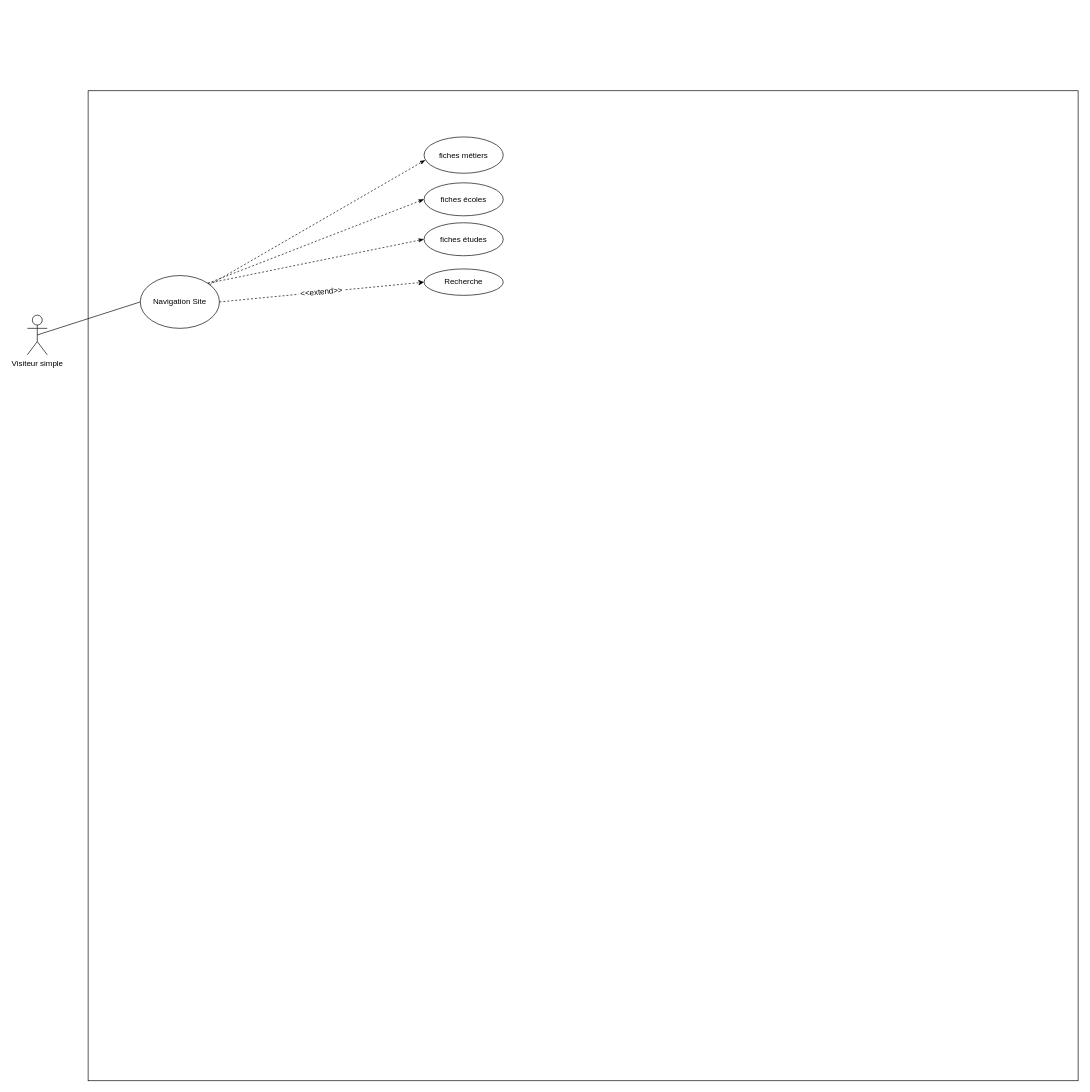
Earlier version of the draw.io diagram UML UseCase leadself.drawio (claire542/leadself). Source tidied: cells renumbered, new cells numbered last; positions are measured from the earlier drawing's top-left corner, leaving out a move shared by most shapes. Both pictures are drawn from the tidied source at 66%, with x=0, y=0 at pixel (27, 90).
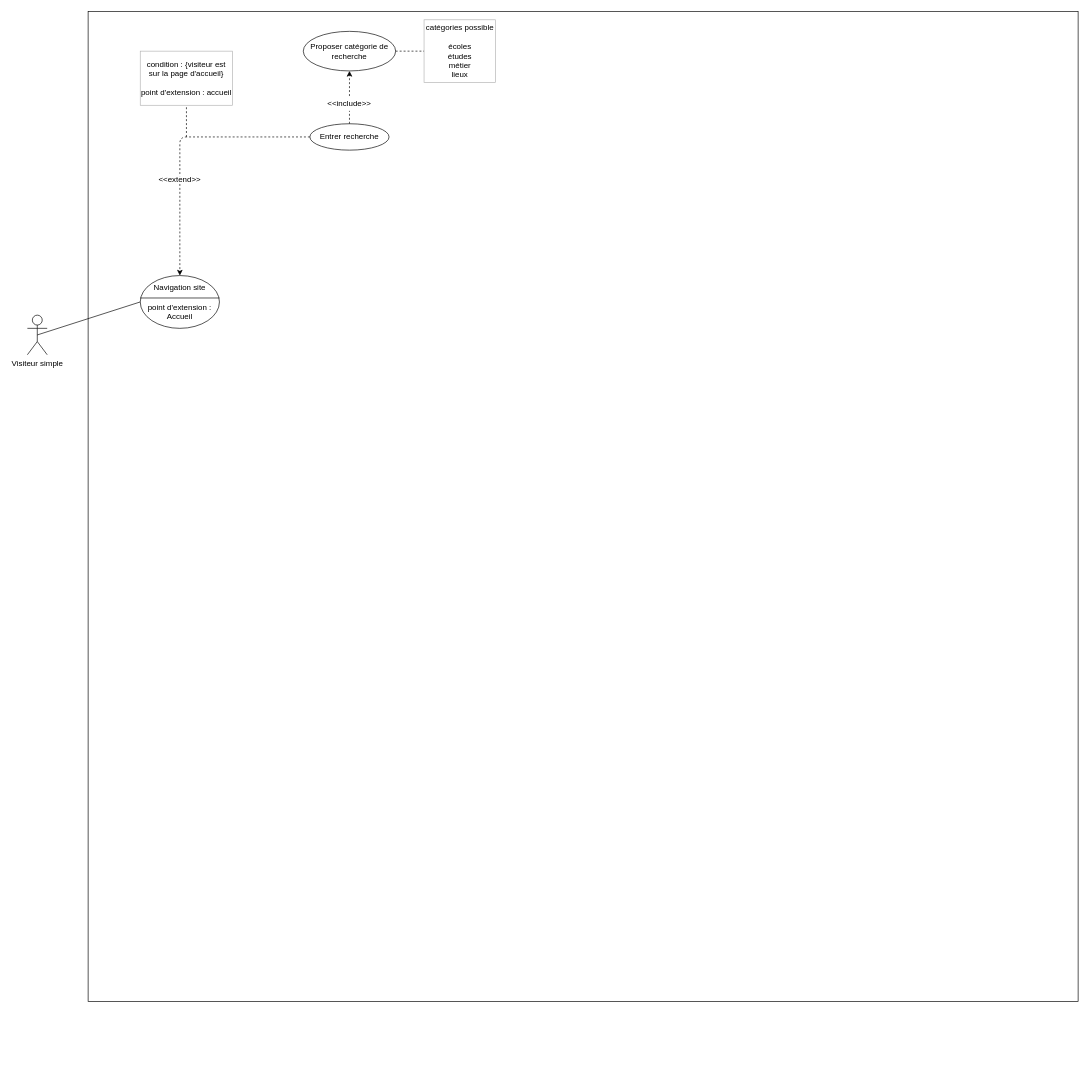
The same diagram, later.

What changed in the source:
```diff
@@
 <mxGraphModel>
   <root>
     <mxCell id="0" />
     <mxCell id="1" parent="0" />
     <mxCell id="2" style="whiteSpace=wrap;html=1;" parent="1" vertex="1">
-      <mxGeometry x="92" width="1500" height="1500" as="geometry" />
+      <mxGeometry x="92" y="-120" width="1500" height="1500" as="geometry" />
     </mxCell>
     <mxCell id="3" value="Visiteur simple" style="shape=umlActor;verticalLabelPosition=bottom;verticalAlign=top;html=1;" parent="1" vertex="1">
       <mxGeometry y="340" width="30" height="60" as="geometry" />
     </mxCell>
-    <mxCell id="4" value="fiches métiers" style="ellipse;whiteSpace=wrap;html=1;" parent="1" vertex="1">
-      <mxGeometry x="601" y="70" width="120" height="55" as="geometry" />
-    </mxCell>
     <mxCell id="5" style="endArrow=none;html=1;exitX=0.5;exitY=0.5;exitDx=0;exitDy=0;exitPerimeter=0;entryX=0;entryY=0.5;entryDx=0;entryDy=0;" parent="1" edge="1" source="3" target="8">
       <mxGeometry relative="1" as="geometry" />
     </mxCell>
-    <mxCell id="6" value="fiches écoles" style="ellipse;whiteSpace=wrap;html=1;" parent="1" vertex="1">
-      <mxGeometry x="601" y="139.5" width="120" height="50" as="geometry" />
-    </mxCell>
-    <mxCell id="7" value="fiches études" style="ellipse;whiteSpace=wrap;html=1;" parent="1" vertex="1">
-      <mxGeometry x="601" y="200" width="120" height="50" as="geometry" />
-    </mxCell>
-    <mxCell id="8" value="Navigation Site" style="ellipse;whiteSpace=wrap;html=1;" parent="1" vertex="1">
+    <mxCell id="8" value="&lt;div&gt;Navigation site&lt;/div&gt;&lt;div&gt;&lt;br&gt;&lt;/div&gt;&lt;div&gt;point d'extension :&lt;/div&gt;&lt;div&gt;Accueil&lt;br&gt;&lt;/div&gt;" style="ellipse;whiteSpace=wrap;html=1;" parent="1" vertex="1">
       <mxGeometry x="171" y="280" width="120" height="80" as="geometry" />
     </mxCell>
-    <mxCell id="9" style="endArrow=classicThin;dashed=1;endFill=1;html=1;entryX=0.017;entryY=0.636;entryDx=0;entryDy=0;entryPerimeter=0;" parent="1" edge="1" source="8" target="4">
-      <mxGeometry relative="1" as="geometry" />
-    </mxCell>
-    <mxCell id="10" style="endArrow=classicThin;dashed=1;endFill=1;html=1;exitX=1;exitY=0;exitDx=0;exitDy=0;entryX=0;entryY=0.5;entryDx=0;entryDy=0;" parent="1" edge="1" source="8" target="6">
-      <mxGeometry relative="1" as="geometry" />
-    </mxCell>
-    <mxCell id="11" style="endArrow=classicThin;dashed=1;endFill=1;html=1;exitX=1;exitY=0;exitDx=0;exitDy=0;entryX=0;entryY=0.5;entryDx=0;entryDy=0;" parent="1" edge="1" source="8" target="7">
-      <mxGeometry relative="1" as="geometry" />
-    </mxCell>
-    <mxCell id="12" value="Recherche" style="ellipse;whiteSpace=wrap;html=1;" parent="1" vertex="1">
-      <mxGeometry x="601" y="270" width="120" height="40" as="geometry" />
+    <mxCell id="12" value="Entrer recherche" style="ellipse;whiteSpace=wrap;html=1;" parent="1" vertex="1">
+      <mxGeometry x="428" y="50" width="120" height="40" as="geometry" />
     </mxCell>
-    <mxCell id="13" style="endArrow=classic;html=1;exitX=1;exitY=0.5;exitDx=0;exitDy=0;entryX=0;entryY=0.5;entryDx=0;entryDy=0;dashed=1;" parent="1" edge="1" source="8" target="12">
-      <mxGeometry relative="1" as="geometry" />
-    </mxCell>
+    <mxCell id="15" value="&lt;div&gt;catégories possible&lt;/div&gt;&lt;div&gt;&lt;br&gt;&lt;/div&gt;&lt;div&gt;écoles&lt;/div&gt;&lt;div&gt;études&lt;/div&gt;&lt;div&gt;métier&lt;/div&gt;&lt;div&gt;lieux&lt;br&gt;&lt;/div&gt;" style="rounded=0;whiteSpace=wrap;html=1;strokeColor=#B3B3B3;" parent="1" vertex="1">
+      <mxGeometry x="601" y="-107.5" width="108.5" height="95" as="geometry" />
+    </mxCell>
+    <mxCell id="16" value="&lt;div&gt;condition : {visiteur est sur la page d'accueil}&lt;/div&gt;&lt;div&gt;&lt;br&gt;&lt;/div&gt;&lt;div&gt;point d'extension : accueil&lt;br&gt;&lt;/div&gt;" style="rounded=0;whiteSpace=wrap;html=1;strokeColor=#B3B3B3;" parent="1" vertex="1">
+      <mxGeometry x="171" y="-60" width="140" height="82" as="geometry" />
+    </mxCell>
+    <mxCell id="17" style="line;strokeWidth=1;fillColor=none;align=left;verticalAlign=middle;spacingTop=-1;spacingLeft=3;spacingRight=3;labelPosition=right;" parent="1" vertex="1">
+      <mxGeometry x="171" y="310" width="120" height="8" as="geometry" />
+    </mxCell>
+    <mxCell id="18" style="endArrow=classic;html=1;dashed=1;strokeWidth=1;entryX=0.5;entryY=0;entryDx=0;entryDy=0;exitX=0;exitY=0.5;exitDx=0;exitDy=0;" parent="1" edge="1" source="12" target="8">
+      <mxGeometry relative="1" as="geometry">
+        <Array as="points">
+          <mxPoint x="231" y="70" />
+        </Array>
+      </mxGeometry>
+    </mxCell>
+    <mxCell id="19" style="endArrow=none;dashed=1;html=1;strokeWidth=1;entryX=0.5;entryY=1;entryDx=0;entryDy=0;" parent="1" edge="1" target="16">
+      <mxGeometry relative="1" as="geometry">
+        <mxPoint x="241" y="70" as="sourcePoint" />
+      </mxGeometry>
+    </mxCell>
-    <mxCell id="14" value="&amp;lt;&amp;lt;extend&amp;gt;&amp;gt;" style="rounded=0;whiteSpace=wrap;html=1;strokeColor=#FFFFFF;rotation=-5;" parent="1" vertex="1">
-      <mxGeometry x="411" y="290" width="70" height="30" as="geometry" />
+    <mxCell id="14" value="&amp;lt;&amp;lt;extend&amp;gt;&amp;gt;" style="rounded=0;whiteSpace=wrap;html=1;strokeColor=#FFFFFF;" parent="1" vertex="1">
+      <mxGeometry x="191" y="130" width="80" height="10" as="geometry" />
     </mxCell>
+    <mxCell id="20" value="Proposer catégorie de recherche" style="ellipse;whiteSpace=wrap;html=1;" parent="1" vertex="1">
+      <mxGeometry x="418" y="-90" width="140" height="60" as="geometry" />
+    </mxCell>
+    <mxCell id="21" style="endArrow=classic;html=1;dashed=1;strokeWidth=1;entryX=0.5;entryY=1;entryDx=0;entryDy=0;" parent="1" edge="1" source="12" target="20">
+      <mxGeometry relative="1" as="geometry" />
+    </mxCell>
+    <mxCell id="22" style="endArrow=none;dashed=1;html=1;strokeWidth=1;entryX=0;entryY=0.5;entryDx=0;entryDy=0;exitX=1;exitY=0.5;exitDx=0;exitDy=0;" parent="1" edge="1" source="20" target="15">
+      <mxGeometry relative="1" as="geometry" />
+    </mxCell>
+    <mxCell id="23" value="&amp;lt;&amp;lt;include&amp;gt;&amp;gt;" style="rounded=0;whiteSpace=wrap;html=1;fillColor=#FFFFFF;strokeColor=#FFFFFF;" parent="1" vertex="1">
+      <mxGeometry x="428" y="10" width="120" height="20" as="geometry" />
+    </mxCell>
   </root>
 </mxGraphModel>
```
